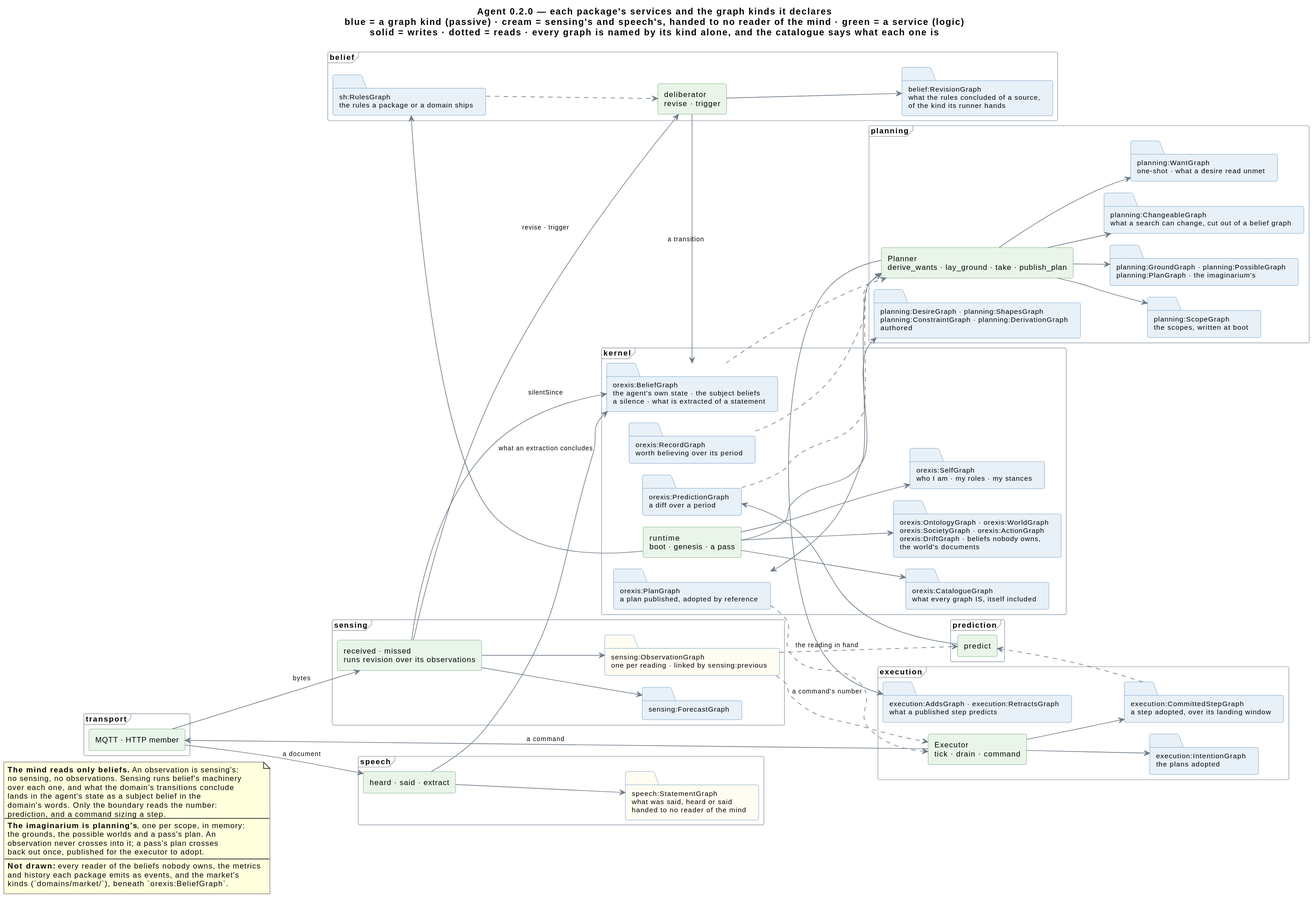
This is knowledge/diagrams/agent-structure.svg from ShishkinDmitriy/orexis, a PlantUML export, as it was before one commit.
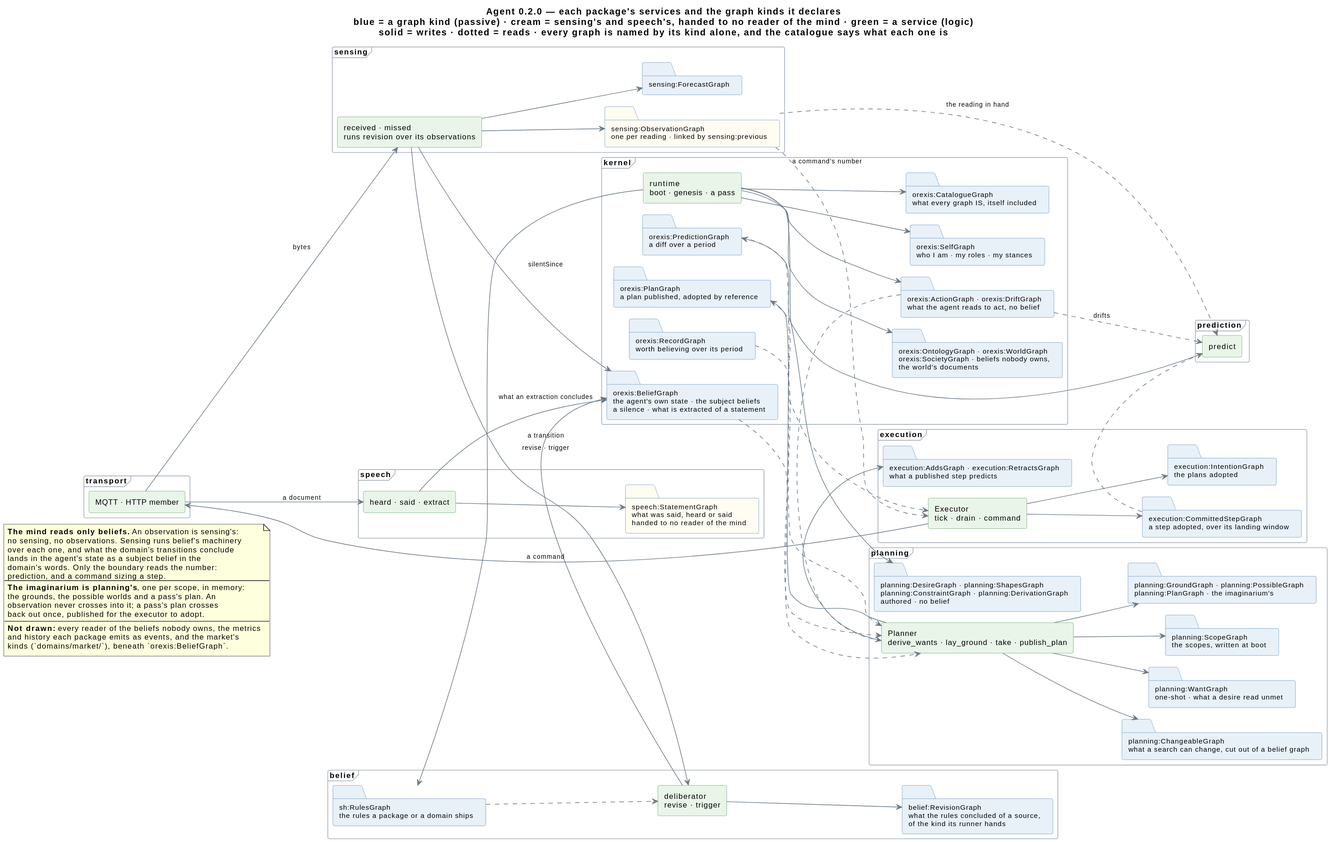
Later version of the same file.

What changed in the source:
```diff
@@ -47,7 +47,8 @@
 frame "kernel" {
   component "runtime\nboot · genesis · a pass" as RT
   folder "orexis:CatalogueGraph\nwhat every graph IS, itself included" as cat
-  folder "orexis:OntologyGraph · orexis:WorldGraph\norexis:SocietyGraph · orexis:ActionGraph\norexis:DriftGraph · beliefs nobody owns,\nthe world's documents" as pub
+  folder "orexis:OntologyGraph · orexis:WorldGraph\norexis:SocietyGraph · beliefs nobody owns,\nthe world's documents" as pub
+  folder "orexis:ActionGraph · orexis:DriftGraph\nwhat the agent reads to act, no belief" as acts
   folder "orexis:SelfGraph\nwho I am · my roles · my stances" as self
   folder "orexis:BeliefGraph\nthe agent's own state · the subject beliefs\na silence · what is extracted of a statement" as st
   folder "orexis:PredictionGraph\na diff over a period" as pr
@@ -61,7 +62,7 @@
 
 frame "planning" {
   component "Planner\nderive_wants · lay_ground · take · publish_plan" as PL
-  folder "planning:DesireGraph · planning:ShapesGraph\nplanning:ConstraintGraph · planning:DerivationGraph\nauthored" as des
+  folder "planning:DesireGraph · planning:ShapesGraph\nplanning:ConstraintGraph · planning:DerivationGraph\nauthored · no belief" as des
   folder "planning:WantGraph\none-shot · what a desire read unmet" as want
   folder "planning:ScopeGraph\nthe scopes, written at boot" as scope
   folder "planning:GroundGraph · planning:PossibleGraph\nplanning:PlanGraph · the imaginarium's" as img
@@ -78,6 +79,7 @@
 
 RT  --> cat
 RT  --> pub
+RT  --> acts
 RT  --> self
 RT  --> des
 RT  --> rules
@@ -111,6 +113,8 @@
 rec ..> PL
 plan ..> EX
 rules ..> DEL
+acts ..> PL
+acts ..> PRE : drifts
 
 note as N1
   **The mind reads only beliefs.** An observation is sensing's:
```
